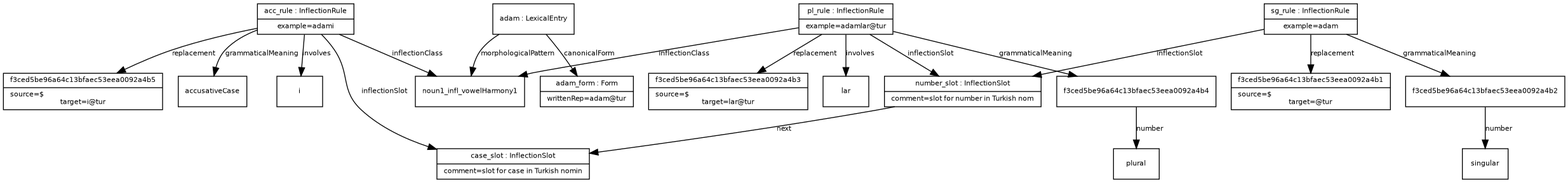
This is examples/example_12.png from ontolex/morph, a Graphviz export, as it was before one commit. Its source is kept beside it as examples/example_12.dot. Its diagram source:
```dot
digraph G {
  fontname = "Bitstream Vera Sans"
    fontsize = 8

    node [
      fontname = "Bitstream Vera Sans"
      fontsize = 8
      shape = "record"
    ]

    edge [
      fontname = "Bitstream Vera Sans"
      fontsize = 8
    ]

f3ced5be96a64c13bfaec53eea0092a4b5 [ label="{f3ced5be96a64c13bfaec53eea0092a4b5|source=$\ltarget=i@tur}" ]
acc_rule -> f3ced5be96a64c13bfaec53eea0092a4b5 [ label="replacement" ]
noun1_infl_vowelHarmony1 [ label="{noun1_infl_vowelHarmony1}" ]
acc_rule -> noun1_infl_vowelHarmony1 [ label="inflectionClass" ]
accusativeCase [ label="{accusativeCase}" ]
acc_rule -> accusativeCase [ label="grammaticalMeaning" ]
i [ label="{i}" ]
acc_rule -> i [ label="involves" ]
case_slot [ label="{case_slot : InflectionSlot|comment=slot for case in Turkish nomin}" ]
acc_rule -> case_slot [ label="inflectionSlot" ]
acc_rule [ label="{acc_rule : InflectionRule|example=adami}" ]
adam_form [ label="{adam_form : Form|writtenRep=adam@tur}" ]
adam -> adam_form [ label="canonicalForm" ]
adam -> noun1_infl_vowelHarmony1 [ label="morphologicalPattern" ]
adam [ label="{adam : LexicalEntry}" ]
f3ced5be96a64c13bfaec53eea0092a4b1 [ label="{f3ced5be96a64c13bfaec53eea0092a4b1|source=$\ltarget=@tur}" ]
sg_rule -> f3ced5be96a64c13bfaec53eea0092a4b1 [ label="replacement" ]
singular [ label="{singular}" ]
f3ced5be96a64c13bfaec53eea0092a4b2 -> singular [ label="number" ]
f3ced5be96a64c13bfaec53eea0092a4b2 [ label="{f3ced5be96a64c13bfaec53eea0092a4b2}" ]
sg_rule -> f3ced5be96a64c13bfaec53eea0092a4b2 [ label="grammaticalMeaning" ]
number_slot -> case_slot [ label="next" ]
number_slot [ label="{number_slot : InflectionSlot|comment=slot for number in Turkish nom}" ]
sg_rule -> number_slot [ label="inflectionSlot" ]
sg_rule [ label="{sg_rule : InflectionRule|example=adam}" ]
f3ced5be96a64c13bfaec53eea0092a4b3 [ label="{f3ced5be96a64c13bfaec53eea0092a4b3|source=$\ltarget=lar@tur}" ]
pl_rule -> f3ced5be96a64c13bfaec53eea0092a4b3 [ label="replacement" ]
pl_rule -> noun1_infl_vowelHarmony1 [ label="inflectionClass" ]
plural [ label="{plural}" ]
f3ced5be96a64c13bfaec53eea0092a4b4 -> plural [ label="number" ]
f3ced5be96a64c13bfaec53eea0092a4b4 [ label="{f3ced5be96a64c13bfaec53eea0092a4b4}" ]
pl_rule -> f3ced5be96a64c13bfaec53eea0092a4b4 [ label="grammaticalMeaning" ]
lar [ label="{lar}" ]
pl_rule -> lar [ label="involves" ]
pl_rule -> number_slot [ label="inflectionSlot" ]
pl_rule [ label="{pl_rule : InflectionRule|example=adamlar@tur}" ]
}
```
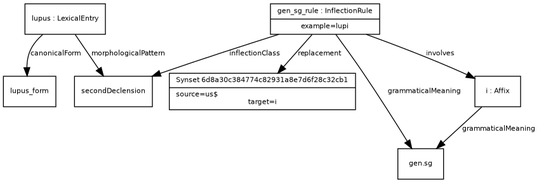
After the commit.

The edit, as a diff of the source:
```diff
@@ -13,40 +13,18 @@
       fontsize = 8
     ]
 
-f3ced5be96a64c13bfaec53eea0092a4b5 [ label="{f3ced5be96a64c13bfaec53eea0092a4b5|source=$\ltarget=i@tur}" ]
-acc_rule -> f3ced5be96a64c13bfaec53eea0092a4b5 [ label="replacement" ]
-noun1_infl_vowelHarmony1 [ label="{noun1_infl_vowelHarmony1}" ]
-acc_rule -> noun1_infl_vowelHarmony1 [ label="inflectionClass" ]
-accusativeCase [ label="{accusativeCase}" ]
-acc_rule -> accusativeCase [ label="grammaticalMeaning" ]
-i [ label="{i}" ]
-acc_rule -> i [ label="involves" ]
-case_slot [ label="{case_slot : InflectionSlot|comment=slot for case in Turkish nomin}" ]
-acc_rule -> case_slot [ label="inflectionSlot" ]
-acc_rule [ label="{acc_rule : InflectionRule|example=adami}" ]
-adam_form [ label="{adam_form : Form|writtenRep=adam@tur}" ]
-adam -> adam_form [ label="canonicalForm" ]
-adam -> noun1_infl_vowelHarmony1 [ label="morphologicalPattern" ]
-adam [ label="{adam : LexicalEntry}" ]
-f3ced5be96a64c13bfaec53eea0092a4b1 [ label="{f3ced5be96a64c13bfaec53eea0092a4b1|source=$\ltarget=@tur}" ]
-sg_rule -> f3ced5be96a64c13bfaec53eea0092a4b1 [ label="replacement" ]
-singular [ label="{singular}" ]
-f3ced5be96a64c13bfaec53eea0092a4b2 -> singular [ label="number" ]
-f3ced5be96a64c13bfaec53eea0092a4b2 [ label="{f3ced5be96a64c13bfaec53eea0092a4b2}" ]
-sg_rule -> f3ced5be96a64c13bfaec53eea0092a4b2 [ label="grammaticalMeaning" ]
-number_slot -> case_slot [ label="next" ]
-number_slot [ label="{number_slot : InflectionSlot|comment=slot for number in Turkish nom}" ]
-sg_rule -> number_slot [ label="inflectionSlot" ]
-sg_rule [ label="{sg_rule : InflectionRule|example=adam}" ]
-f3ced5be96a64c13bfaec53eea0092a4b3 [ label="{f3ced5be96a64c13bfaec53eea0092a4b3|source=$\ltarget=lar@tur}" ]
-pl_rule -> f3ced5be96a64c13bfaec53eea0092a4b3 [ label="replacement" ]
-pl_rule -> noun1_infl_vowelHarmony1 [ label="inflectionClass" ]
-plural [ label="{plural}" ]
-f3ced5be96a64c13bfaec53eea0092a4b4 -> plural [ label="number" ]
-f3ced5be96a64c13bfaec53eea0092a4b4 [ label="{f3ced5be96a64c13bfaec53eea0092a4b4}" ]
-pl_rule -> f3ced5be96a64c13bfaec53eea0092a4b4 [ label="grammaticalMeaning" ]
-lar [ label="{lar}" ]
-pl_rule -> lar [ label="involves" ]
-pl_rule -> number_slot [ label="inflectionSlot" ]
-pl_rule [ label="{pl_rule : InflectionRule|example=adamlar@tur}" ]
+lupus_form [ label="{lupus_form}" ]
+lupus -> lupus_form [ label="canonicalForm" ]
+secondDeclension [ label="{secondDeclension}" ]
+lupus -> secondDeclension [ label="morphologicalPattern" ]
+lupus [ label="{lupus : LexicalEntry}" ]
+Synset6d8a30c384774c82931a8e7d6f28c32cb1 [ label="{Synset 6d8a30c384774c82931a8e7d6f28c32cb1|source=us$\ltarget=i}" ]
+gen_sg_rule -> Synset6d8a30c384774c82931a8e7d6f28c32cb1 [ label="replacement" ]
+gen_sg_rule -> secondDeclension [ label="inflectionClass" ]
+gensg [ label="{gen.sg}" ]
+gen_sg_rule -> gensg [ label="grammaticalMeaning" ]
+i -> gensg [ label="grammaticalMeaning" ]
+i [ label="{i : Affix}" ]
+gen_sg_rule -> i [ label="involves" ]
+gen_sg_rule [ label="{gen_sg_rule : InflectionRule|example=lupi}" ]
 }
```
